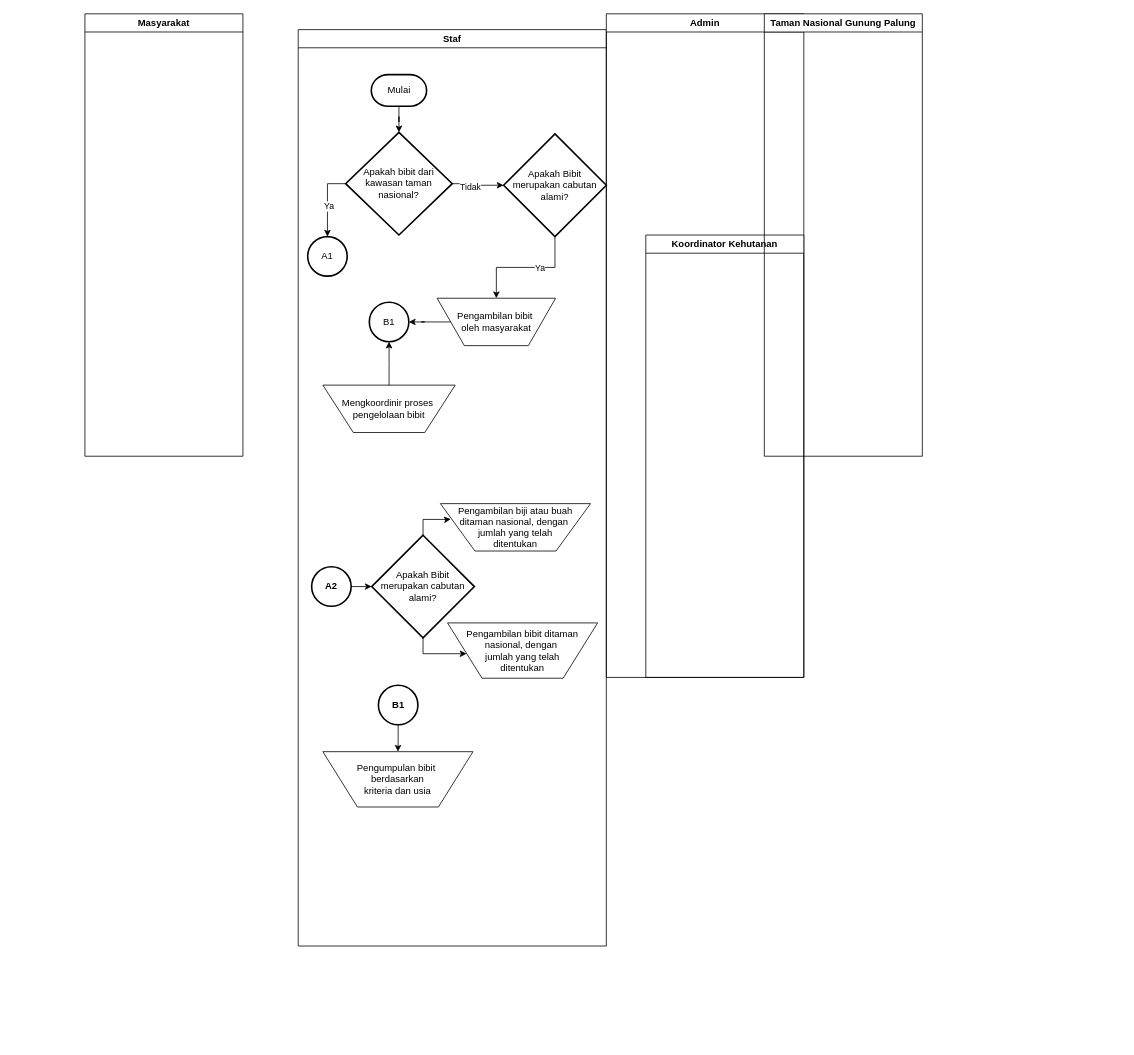
daberpro/hmr keeps this draw.io diagram as Alur sistem.drawio. Above is the earlier version. Source tidied: cells renumbered, new cells numbered last; positions are measured from the earlier drawing's top-left corner, leaving out a move shared by most shapes. Both pictures are drawn from the tidied source at 79%, with x=0, y=0 at pixel (85, 13).
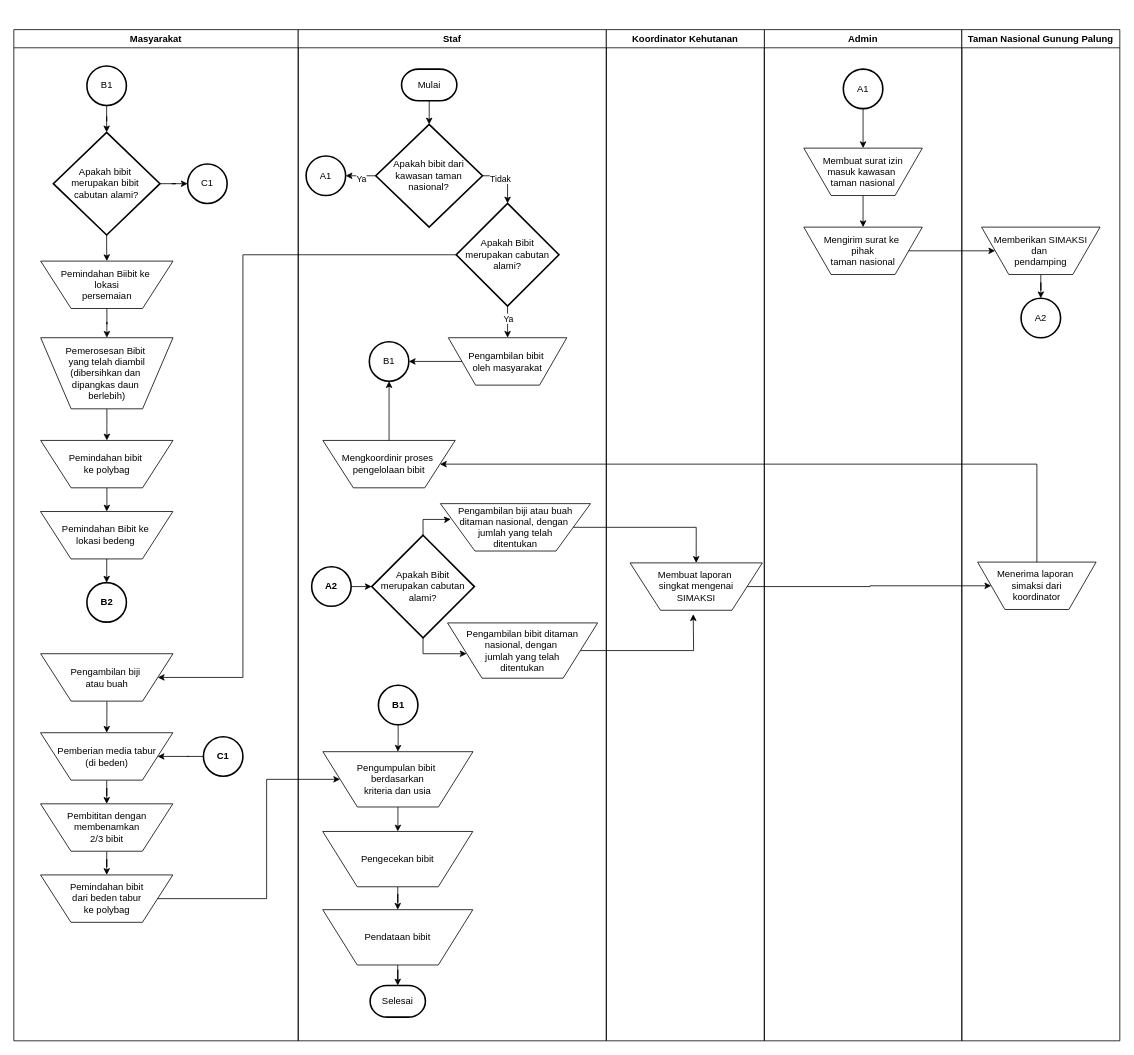
The same diagram, later.

Unchanged cells that the change refers to:
```xml
<mxCell id="25" value="Pengambilan biji atau buah ditaman nasional, dengan&amp;nbsp;&lt;div&gt;jumlah yang telah&lt;div&gt;ditentukan&lt;/div&gt;&lt;/div&gt;" style="verticalLabelPosition=middle;verticalAlign=middle;html=1;shape=trapezoid;perimeter=trapezoidPerimeter;whiteSpace=wrap;size=0.23;arcSize=10;flipV=1;labelPosition=center;align=center;" parent="3" vertex="1">
  <mxGeometry x="180" y="600" width="190" height="60" as="geometry" />
</mxCell>
<mxCell id="26" value="Pengambilan bibit ditaman nasional, dengan&amp;nbsp;&lt;div&gt;jumlah yang telah&lt;div&gt;ditentukan&lt;/div&gt;&lt;/div&gt;" style="verticalLabelPosition=middle;verticalAlign=middle;html=1;shape=trapezoid;perimeter=trapezoidPerimeter;whiteSpace=wrap;size=0.23;arcSize=10;flipV=1;labelPosition=center;align=center;" parent="3" vertex="1">
  <mxGeometry x="189" y="751" width="190" height="70" as="geometry" />
</mxCell>
<mxCell id="29" value="Pengumpulan bibit&amp;nbsp;&lt;div&gt;berdasarkan&lt;/div&gt;&lt;div&gt;kriteria dan usia&lt;/div&gt;" style="verticalLabelPosition=middle;verticalAlign=middle;html=1;shape=trapezoid;perimeter=trapezoidPerimeter;whiteSpace=wrap;size=0.23;arcSize=10;flipV=1;labelPosition=center;align=center;" parent="3" vertex="1">
  <mxGeometry x="31.2" y="914" width="190" height="70" as="geometry" />
</mxCell>
```

What changed in the source:
```diff
@@
     <mxCell id="2" value="Masyarakat" style="swimlane;whiteSpace=wrap;html=1;" parent="1" vertex="1">
-      <mxGeometry width="200" height="560" as="geometry" />
+      <mxGeometry x="-90" y="20" width="360" height="1280" as="geometry" />
     </mxCell>
+    <mxCell id="33" value="B1" style="strokeWidth=2;html=1;shape=mxgraph.flowchart.start_2;whiteSpace=wrap;" parent="2" vertex="1">
+      <mxGeometry x="92.5" y="46" width="50" height="50" as="geometry" />
+    </mxCell>
+    <mxCell id="34" style="edgeStyle=orthogonalEdgeStyle;rounded=0;jettySize=auto;html=1;" parent="2" edge="1" source="35" target="40">
+      <mxGeometry relative="1" as="geometry" />
+    </mxCell>
+    <mxCell id="35" value="Apakah bibit&amp;nbsp;&lt;div&gt;merupakan bibit&amp;nbsp;&lt;/div&gt;&lt;div&gt;cabutan alami?&lt;/div&gt;" style="strokeWidth=2;html=1;shape=mxgraph.flowchart.decision;whiteSpace=wrap;" parent="2" vertex="1">
+      <mxGeometry x="50" y="130" width="135" height="130" as="geometry" />
+    </mxCell>
+    <mxCell id="36" style="edgeStyle=orthogonalEdgeStyle;rounded=0;jettySize=auto;html=1;entryX=0.5;entryY=0;entryDx=0;entryDy=0;entryPerimeter=0;" parent="2" edge="1" source="33" target="35">
+      <mxGeometry relative="1" as="geometry" />
+    </mxCell>
+    <mxCell id="37" value="C1" style="strokeWidth=2;html=1;shape=mxgraph.flowchart.start_2;whiteSpace=wrap;" parent="2" vertex="1">
+      <mxGeometry x="220" y="170" width="50" height="50" as="geometry" />
+    </mxCell>
+    <mxCell id="38" style="edgeStyle=orthogonalEdgeStyle;rounded=0;jettySize=auto;html=1;entryX=0;entryY=0.5;entryDx=0;entryDy=0;entryPerimeter=0;" parent="2" edge="1" source="35" target="37">
+      <mxGeometry relative="1" as="geometry" />
+    </mxCell>
+    <mxCell id="39" style="edgeStyle=orthogonalEdgeStyle;rounded=0;jettySize=auto;html=1;" parent="2" edge="1" source="40" target="42">
+      <mxGeometry relative="1" as="geometry" />
+    </mxCell>
+    <mxCell id="40" value="Pemindahan Biibit ke&amp;nbsp;&lt;div&gt;lokasi&lt;div&gt;persemaian&lt;/div&gt;&lt;/div&gt;" style="verticalLabelPosition=middle;verticalAlign=middle;html=1;shape=trapezoid;perimeter=trapezoidPerimeter;whiteSpace=wrap;size=0.23;arcSize=10;flipV=1;labelPosition=center;align=center;" parent="2" vertex="1">
+      <mxGeometry x="34" y="293" width="167.5" height="60" as="geometry" />
+    </mxCell>
+    <mxCell id="41" style="edgeStyle=orthogonalEdgeStyle;rounded=0;jettySize=auto;html=1;entryX=0.5;entryY=0;entryDx=0;entryDy=0;" parent="2" edge="1" source="42" target="44">
+      <mxGeometry relative="1" as="geometry" />
+    </mxCell>
+    <mxCell id="42" value="Pemerosesan Bibit&amp;nbsp;&lt;div&gt;yang telah diambil&lt;/div&gt;&lt;div&gt;(dibersihkan dan&amp;nbsp;&lt;/div&gt;&lt;div&gt;dipangkas daun&amp;nbsp;&lt;/div&gt;&lt;div&gt;berlebih)&lt;/div&gt;" style="verticalLabelPosition=middle;verticalAlign=middle;html=1;shape=trapezoid;perimeter=trapezoidPerimeter;whiteSpace=wrap;size=0.23;arcSize=10;flipV=1;labelPosition=center;align=center;" parent="2" vertex="1">
+      <mxGeometry x="34" y="390" width="167.5" height="90" as="geometry" />
+    </mxCell>
+    <mxCell id="43" style="edgeStyle=orthogonalEdgeStyle;rounded=0;jettySize=auto;html=1;" parent="2" edge="1" source="44" target="45">
+      <mxGeometry relative="1" as="geometry" />
+    </mxCell>
+    <mxCell id="44" value="Pemindahan bibit&amp;nbsp;&lt;div&gt;ke polybag&lt;/div&gt;" style="verticalLabelPosition=middle;verticalAlign=middle;html=1;shape=trapezoid;perimeter=trapezoidPerimeter;whiteSpace=wrap;size=0.23;arcSize=10;flipV=1;labelPosition=center;align=center;" parent="2" vertex="1">
+      <mxGeometry x="34" y="520" width="167.5" height="60" as="geometry" />
+    </mxCell>
+    <mxCell id="45" value="Pemindahan Bibit ke&amp;nbsp;&lt;div&gt;lokasi bedeng&amp;nbsp;&lt;/div&gt;" style="verticalLabelPosition=middle;verticalAlign=middle;html=1;shape=trapezoid;perimeter=trapezoidPerimeter;whiteSpace=wrap;size=0.23;arcSize=10;flipV=1;labelPosition=center;align=center;" parent="2" vertex="1">
+      <mxGeometry x="33.8" y="610" width="167.5" height="60" as="geometry" />
+    </mxCell>
+    <mxCell id="46" value="B2" style="strokeWidth=2;html=1;shape=mxgraph.flowchart.start_2;whiteSpace=wrap;fontStyle=1;" parent="2" vertex="1">
+      <mxGeometry x="92.5" y="700" width="50" height="50" as="geometry" />
+    </mxCell>
+    <mxCell id="47" style="edgeStyle=orthogonalEdgeStyle;rounded=0;jettySize=auto;html=1;entryX=0.5;entryY=0;entryDx=0;entryDy=0;entryPerimeter=0;" parent="2" edge="1" source="45" target="46">
+      <mxGeometry relative="1" as="geometry" />
+    </mxCell>
+    <mxCell id="48" style="edgeStyle=orthogonalEdgeStyle;rounded=0;jettySize=auto;html=1;" parent="2" edge="1" source="49" target="53">
+      <mxGeometry relative="1" as="geometry" />
+    </mxCell>
+    <mxCell id="49" value="Pengambilan biji&amp;nbsp;&lt;div&gt;atau buah&lt;/div&gt;" style="verticalLabelPosition=middle;verticalAlign=middle;html=1;shape=trapezoid;perimeter=trapezoidPerimeter;whiteSpace=wrap;size=0.23;arcSize=10;flipV=1;labelPosition=center;align=center;" parent="2" vertex="1">
+      <mxGeometry x="34" y="790" width="167.5" height="60" as="geometry" />
+    </mxCell>
+    <mxCell id="50" style="edgeStyle=orthogonalEdgeStyle;rounded=0;jettySize=auto;html=1;" parent="2" edge="1" source="51" target="53">
+      <mxGeometry relative="1" as="geometry" />
+    </mxCell>
+    <mxCell id="51" value="C1" style="strokeWidth=2;html=1;shape=mxgraph.flowchart.start_2;whiteSpace=wrap;fontStyle=1;" parent="2" vertex="1">
+      <mxGeometry x="240" y="895" width="50" height="50" as="geometry" />
+    </mxCell>
+    <mxCell id="52" style="edgeStyle=orthogonalEdgeStyle;rounded=0;jettySize=auto;html=1;" parent="2" edge="1" source="53" target="55">
+      <mxGeometry relative="1" as="geometry" />
+    </mxCell>
+    <mxCell id="53" value="Pemberian media tabur&lt;div&gt;(di beden)&lt;/div&gt;" style="verticalLabelPosition=middle;verticalAlign=middle;html=1;shape=trapezoid;perimeter=trapezoidPerimeter;whiteSpace=wrap;size=0.23;arcSize=10;flipV=1;labelPosition=center;align=center;" parent="2" vertex="1">
+      <mxGeometry x="33.8" y="890" width="167.5" height="60" as="geometry" />
+    </mxCell>
+    <mxCell id="54" style="edgeStyle=orthogonalEdgeStyle;rounded=0;jettySize=auto;html=1;" parent="2" edge="1" source="55" target="56">
+      <mxGeometry relative="1" as="geometry" />
+    </mxCell>
+    <mxCell id="55" value="Pembititan dengan&lt;div&gt;membenamkan&lt;/div&gt;&lt;div&gt;2/3 bibit&lt;/div&gt;" style="verticalLabelPosition=middle;verticalAlign=middle;html=1;shape=trapezoid;perimeter=trapezoidPerimeter;whiteSpace=wrap;size=0.23;arcSize=10;flipV=1;labelPosition=center;align=center;" parent="2" vertex="1">
+      <mxGeometry x="33.8" y="980" width="167.5" height="60" as="geometry" />
+    </mxCell>
+    <mxCell id="56" value="Pemindahan bibit&lt;div&gt;dari beden tabur&lt;/div&gt;&lt;div&gt;ke polybag&lt;/div&gt;" style="verticalLabelPosition=middle;verticalAlign=middle;html=1;shape=trapezoid;perimeter=trapezoidPerimeter;whiteSpace=wrap;size=0.23;arcSize=10;flipV=1;labelPosition=center;align=center;" parent="2" vertex="1">
+      <mxGeometry x="33.8" y="1070" width="167.5" height="60" as="geometry" />
+    </mxCell>
     <mxCell id="3" value="Staf" style="swimlane;whiteSpace=wrap;html=1;" parent="1" vertex="1">
-      <mxGeometry x="270" y="20" width="390" height="1160" as="geometry" />
+      <mxGeometry x="270" y="20" width="390" height="1280" as="geometry" />
     </mxCell>
     <mxCell id="4" value="Mulai" style="strokeWidth=2;html=1;shape=mxgraph.flowchart.terminator;whiteSpace=wrap;" parent="3" vertex="1">
-      <mxGeometry x="92.5" y="57" width="70" height="40" as="geometry" />
+      <mxGeometry x="130.8" y="50" width="70" height="40" as="geometry" />
     </mxCell>
-    <mxCell id="5" style="edgeStyle=orthogonalEdgeStyle;rounded=0;jettySize=auto;html=1;exitX=0;exitY=0.5;exitDx=0;exitDy=0;exitPerimeter=0;entryX=0.5;entryY=0;entryDx=0;entryDy=0;entryPerimeter=0;" parent="3" edge="1" source="7" target="8">
+    <mxCell id="5" style="edgeStyle=orthogonalEdgeStyle;rounded=0;jettySize=auto;html=1;" parent="3" edge="1" source="7" target="8">
       <mxGeometry relative="1" as="geometry" />
     </mxCell>
     <mxCell id="6" value="Ya" style="edgeLabel;html=1;align=center;verticalAlign=middle;" parent="5" vertex="1">
-      <mxGeometry x="0.14" y="1" relative="1" as="geometry" />
+      <mxGeometry x="0.11" y="3" relative="1" as="geometry">
+        <mxPoint x="1" as="offset" />
+      </mxGeometry>
     </mxCell>
     <mxCell id="7" value="Apakah bibit dari kawasan taman nasional?" style="strokeWidth=2;html=1;shape=mxgraph.flowchart.decision;whiteSpace=wrap;" parent="3" vertex="1">
-      <mxGeometry x="60" y="130" width="135" height="130" as="geometry" />
+      <mxGeometry x="98.2" y="120" width="135" height="130" as="geometry" />
     </mxCell>
     <mxCell id="8" value="A1" style="strokeWidth=2;html=1;shape=mxgraph.flowchart.start_2;whiteSpace=wrap;" parent="3" vertex="1">
-      <mxGeometry x="12" y="262" width="50" height="50" as="geometry" />
+      <mxGeometry x="10" y="160" width="50" height="50" as="geometry" />
     </mxCell>
@@
     <mxCell id="11" value="Apakah Bibit merupakan cabutan alami?" style="strokeWidth=2;html=1;shape=mxgraph.flowchart.decision;whiteSpace=wrap;" parent="3" vertex="1">
-      <mxGeometry x="260" y="132" width="130" height="130" as="geometry" />
+      <mxGeometry x="200" y="220" width="130" height="130" as="geometry" />
     </mxCell>
@@
-    <mxCell id="13" style="edgeStyle=orthogonalEdgeStyle;rounded=0;jettySize=auto;html=1;entryX=0;entryY=0.5;entryDx=0;entryDy=0;entryPerimeter=0;" parent="3" edge="1" source="7" target="11">
+    <mxCell id="13" style="edgeStyle=orthogonalEdgeStyle;rounded=0;jettySize=auto;html=1;entryX=0.5;entryY=0;entryDx=0;entryDy=0;entryPerimeter=0;exitX=1;exitY=0.5;exitDx=0;exitDy=0;exitPerimeter=0;" parent="3" edge="1" source="7" target="11">
       <mxGeometry relative="1" as="geometry" />
     </mxCell>
@@
     <mxCell id="15" value="Pengambilan bibit&amp;nbsp;&lt;div&gt;oleh masyarakat&lt;/div&gt;" style="verticalLabelPosition=middle;verticalAlign=middle;html=1;shape=trapezoid;perimeter=trapezoidPerimeter;whiteSpace=wrap;size=0.23;arcSize=10;flipV=1;labelPosition=center;align=center;" parent="3" vertex="1">
-      <mxGeometry x="175.8" y="340" width="150" height="60" as="geometry" />
+      <mxGeometry x="190" y="390" width="150" height="60" as="geometry" />
     </mxCell>
     <mxCell id="16" value="B1" style="strokeWidth=2;html=1;shape=mxgraph.flowchart.start_2;whiteSpace=wrap;" parent="3" vertex="1">
-      <mxGeometry x="90" y="345" width="50" height="50" as="geometry" />
+      <mxGeometry x="90" y="395" width="50" height="50" as="geometry" />
     </mxCell>
@@
     <mxCell id="18" value="Mengkoordinir proses&amp;nbsp;&lt;div&gt;pengelolaan bibit&lt;/div&gt;" style="verticalLabelPosition=middle;verticalAlign=middle;html=1;shape=trapezoid;perimeter=trapezoidPerimeter;whiteSpace=wrap;size=0.23;arcSize=10;flipV=1;labelPosition=center;align=center;" parent="3" vertex="1">
-      <mxGeometry x="31.2" y="450" width="167.5" height="60" as="geometry" />
+      <mxGeometry x="31.2" y="520" width="167.5" height="60" as="geometry" />
     </mxCell>
@@
+    <mxCell id="57" style="edgeStyle=orthogonalEdgeStyle;rounded=0;jettySize=auto;html=1;" parent="3" edge="1" source="26">
+      <mxGeometry relative="1" as="geometry">
+        <mxPoint x="500" y="740" as="targetPoint" />
+      </mxGeometry>
+    </mxCell>
@@
+    <mxCell id="58" style="edgeStyle=orthogonalEdgeStyle;rounded=0;jettySize=auto;html=1;entryX=0.5;entryY=0;entryDx=0;entryDy=0;" parent="3" edge="1" source="29" target="60">
+      <mxGeometry relative="1" as="geometry" />
+    </mxCell>
@@
+    <mxCell id="59" style="edgeStyle=orthogonalEdgeStyle;rounded=0;jettySize=auto;html=1;entryX=0.5;entryY=0;entryDx=0;entryDy=0;" parent="3" edge="1" source="60" target="61">
+      <mxGeometry relative="1" as="geometry" />
+    </mxCell>
+    <mxCell id="60" value="Pengecekan bibit" style="verticalLabelPosition=middle;verticalAlign=middle;html=1;shape=trapezoid;perimeter=trapezoidPerimeter;whiteSpace=wrap;size=0.23;arcSize=10;flipV=1;labelPosition=center;align=center;" parent="3" vertex="1">
+      <mxGeometry x="31" y="1015" width="190" height="70" as="geometry" />
+    </mxCell>
+    <mxCell id="61" value="Pendataan bibit" style="verticalLabelPosition=middle;verticalAlign=middle;html=1;shape=trapezoid;perimeter=trapezoidPerimeter;whiteSpace=wrap;size=0.23;arcSize=10;flipV=1;labelPosition=center;align=center;" parent="3" vertex="1">
+      <mxGeometry x="31" y="1114" width="190" height="70" as="geometry" />
+    </mxCell>
+    <mxCell id="62" value="Selesai" style="strokeWidth=2;html=1;shape=mxgraph.flowchart.terminator;whiteSpace=wrap;" parent="3" vertex="1">
+      <mxGeometry x="91" y="1210" width="70" height="40" as="geometry" />
+    </mxCell>
+    <mxCell id="63" style="edgeStyle=orthogonalEdgeStyle;rounded=0;jettySize=auto;html=1;entryX=0.5;entryY=0;entryDx=0;entryDy=0;entryPerimeter=0;" parent="3" edge="1" source="61" target="62">
+      <mxGeometry relative="1" as="geometry" />
+    </mxCell>
     <mxCell id="30" value="Admin" style="swimlane;whiteSpace=wrap;html=1;" parent="1" vertex="1">
-      <mxGeometry x="660" width="250" height="840" as="geometry" />
+      <mxGeometry x="860" y="20" width="250" height="1280" as="geometry" />
     </mxCell>
+    <mxCell id="64" style="edgeStyle=orthogonalEdgeStyle;rounded=0;jettySize=auto;html=1;" parent="30" edge="1" source="65" target="67">
+      <mxGeometry relative="1" as="geometry" />
+    </mxCell>
+    <mxCell id="65" value="A1" style="strokeWidth=2;html=1;shape=mxgraph.flowchart.start_2;whiteSpace=wrap;" parent="30" vertex="1">
+      <mxGeometry x="100" y="50" width="50" height="50" as="geometry" />
+    </mxCell>
+    <mxCell id="66" style="edgeStyle=orthogonalEdgeStyle;rounded=0;jettySize=auto;html=1;entryX=0.5;entryY=0;entryDx=0;entryDy=0;" parent="30" edge="1" source="67" target="68">
+      <mxGeometry relative="1" as="geometry" />
+    </mxCell>
+    <mxCell id="67" value="Membuat surat izin&lt;div&gt;masuk kawasan&amp;nbsp;&lt;/div&gt;&lt;div&gt;taman nasional&lt;/div&gt;" style="verticalLabelPosition=middle;verticalAlign=middle;html=1;shape=trapezoid;perimeter=trapezoidPerimeter;whiteSpace=wrap;size=0.23;arcSize=10;flipV=1;labelPosition=center;align=center;" parent="30" vertex="1">
+      <mxGeometry x="50" y="150" width="150" height="60" as="geometry" />
+    </mxCell>
+    <mxCell id="68" value="Mengirim surat ke&amp;nbsp;&lt;div&gt;pihak&lt;div&gt;taman nasional&lt;/div&gt;&lt;/div&gt;" style="verticalLabelPosition=middle;verticalAlign=middle;html=1;shape=trapezoid;perimeter=trapezoidPerimeter;whiteSpace=wrap;size=0.23;arcSize=10;flipV=1;labelPosition=center;align=center;" parent="30" vertex="1">
+      <mxGeometry x="50" y="250" width="150" height="60" as="geometry" />
+    </mxCell>
+    <mxCell id="32" value="Taman Nasional Gunung Palung" style="swimlane;whiteSpace=wrap;html=1;" parent="1" vertex="1">
+      <mxGeometry x="1110" y="20" width="200" height="1280" as="geometry" />
+    </mxCell>
+    <mxCell id="69" style="edgeStyle=orthogonalEdgeStyle;rounded=0;jettySize=auto;html=1;" parent="32" edge="1" source="70" target="71">
+      <mxGeometry relative="1" as="geometry" />
+    </mxCell>
+    <mxCell id="70" value="Memberikan SIMAKSI&lt;div&gt;dan&amp;nbsp;&lt;/div&gt;&lt;div&gt;pendamping&lt;/div&gt;" style="verticalLabelPosition=middle;verticalAlign=middle;html=1;shape=trapezoid;perimeter=trapezoidPerimeter;whiteSpace=wrap;size=0.23;arcSize=10;flipV=1;labelPosition=center;align=center;" parent="32" vertex="1">
+      <mxGeometry x="25" y="250" width="150" height="60" as="geometry" />
+    </mxCell>
+    <mxCell id="71" value="A2" style="strokeWidth=2;html=1;shape=mxgraph.flowchart.start_2;whiteSpace=wrap;" parent="32" vertex="1">
+      <mxGeometry x="75" y="340" width="50" height="50" as="geometry" />
+    </mxCell>
+    <mxCell id="72" value="Menerima laporan&amp;nbsp;&lt;div&gt;simaksi dari&lt;/div&gt;&lt;div&gt;koordinator&lt;/div&gt;" style="verticalLabelPosition=middle;verticalAlign=middle;html=1;shape=trapezoid;perimeter=trapezoidPerimeter;whiteSpace=wrap;size=0.23;arcSize=10;flipV=1;labelPosition=center;align=center;" parent="32" vertex="1">
+      <mxGeometry x="20" y="674" width="150" height="60" as="geometry" />
+    </mxCell>
+    <mxCell id="73" style="edgeStyle=orthogonalEdgeStyle;rounded=0;jettySize=auto;html=1;entryX=0;entryY=0.5;entryDx=0;entryDy=0;" parent="1" edge="1" source="56" target="29">
+      <mxGeometry relative="1" as="geometry">
+        <Array as="points">
+          <mxPoint x="230" y="1120" />
+          <mxPoint x="230" y="969" />
+        </Array>
+      </mxGeometry>
+    </mxCell>
+    <mxCell id="74" style="edgeStyle=orthogonalEdgeStyle;rounded=0;jettySize=auto;html=1;entryX=1;entryY=0.5;entryDx=0;entryDy=0;" parent="1" edge="1" source="11" target="49">
+      <mxGeometry relative="1" as="geometry">
+        <Array as="points">
+          <mxPoint x="200" y="305" />
+          <mxPoint x="200" y="840" />
+        </Array>
+      </mxGeometry>
+    </mxCell>
-    <mxCell id="31" value="Koordinator Kehutanan" style="swimlane;whiteSpace=wrap;html=1;" parent="30" vertex="1">
-      <mxGeometry x="50" y="280" width="200" height="560" as="geometry" />
+    <mxCell id="31" value="Koordinator Kehutanan" style="swimlane;whiteSpace=wrap;html=1;" parent="1" vertex="1">
+      <mxGeometry x="660" y="20" width="200" height="1280" as="geometry" />
     </mxCell>
-    <mxCell id="32" value="Taman Nasional Gunung Palung" style="swimlane;whiteSpace=wrap;html=1;" parent="1" vertex="1">
-      <mxGeometry x="860" width="200" height="560" as="geometry" />
-    </mxCell>
+    <mxCell id="75" value="Membuat laporan&amp;nbsp;&lt;div&gt;singkat mengenai&lt;/div&gt;&lt;div&gt;SIMAKSI&lt;/div&gt;" style="verticalLabelPosition=middle;verticalAlign=middle;html=1;shape=trapezoid;perimeter=trapezoidPerimeter;whiteSpace=wrap;size=0.23;arcSize=10;flipV=1;labelPosition=center;align=center;" parent="31" vertex="1">
+      <mxGeometry x="30" y="675" width="167.5" height="60" as="geometry" />
+    </mxCell>
+    <mxCell id="76" style="edgeStyle=orthogonalEdgeStyle;rounded=0;jettySize=auto;html=1;entryX=0.5;entryY=0;entryDx=0;entryDy=0;" parent="1" edge="1" source="25" target="75">
+      <mxGeometry relative="1" as="geometry" />
+    </mxCell>
+    <mxCell id="77" style="edgeStyle=orthogonalEdgeStyle;rounded=0;jettySize=auto;html=1;entryX=0;entryY=0.5;entryDx=0;entryDy=0;" parent="1" edge="1" source="68" target="70">
+      <mxGeometry relative="1" as="geometry" />
+    </mxCell>
+    <mxCell id="78" style="edgeStyle=orthogonalEdgeStyle;rounded=0;jettySize=auto;html=1;entryX=0;entryY=0.5;entryDx=0;entryDy=0;" parent="1" edge="1" source="75" target="72">
+      <mxGeometry relative="1" as="geometry" />
+    </mxCell>
+    <mxCell id="79" style="edgeStyle=orthogonalEdgeStyle;rounded=0;jettySize=auto;html=1;entryX=1;entryY=0.5;entryDx=0;entryDy=0;" parent="1" edge="1" source="72" target="18">
+      <mxGeometry relative="1" as="geometry">
+        <Array as="points">
+          <mxPoint x="1205" y="570" />
+        </Array>
+      </mxGeometry>
+    </mxCell>
```
